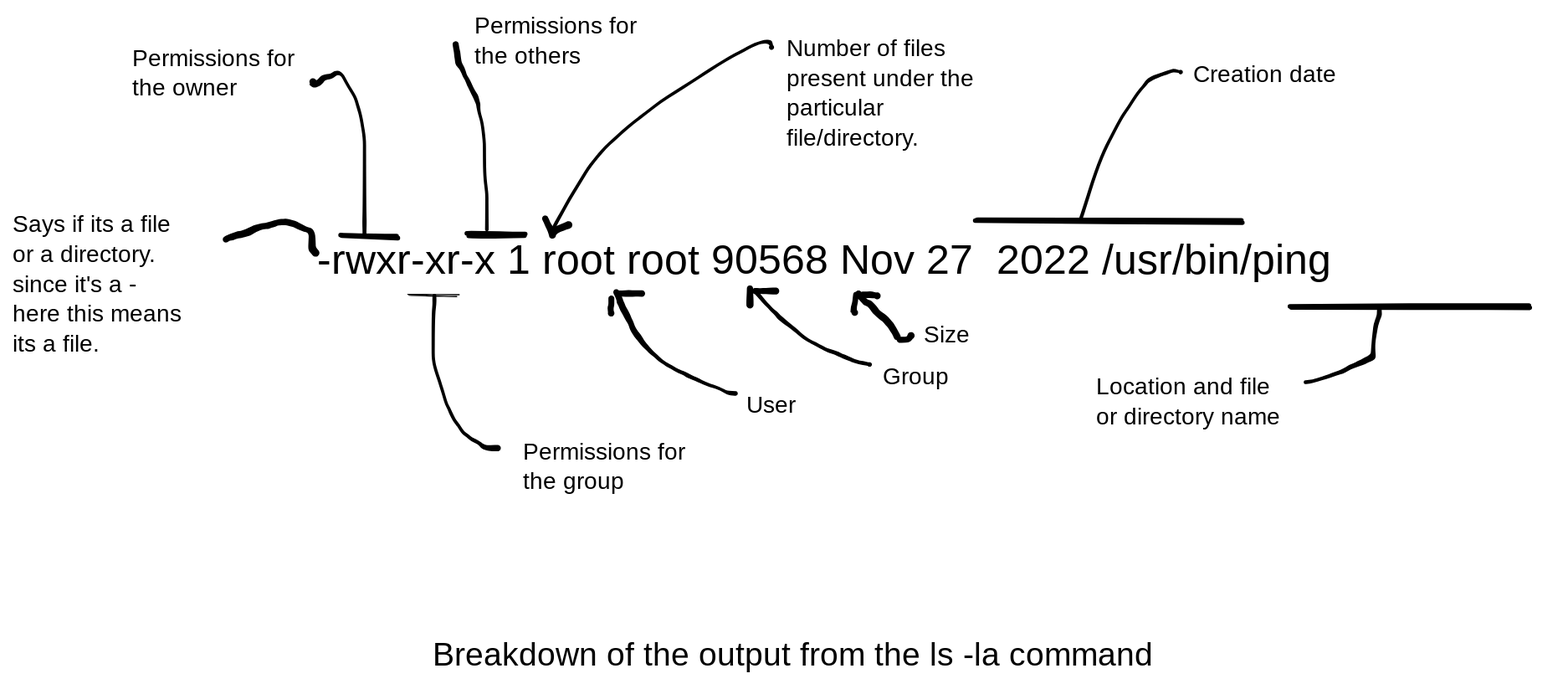
ArkaprabhaChakraborty/Notes-and-Repertoire keeps this Excalidraw diagram as .gitbook/assets/file.excalidraw (1).svg. Above is the earlier version. Source tidied: one line per element, renumbered; positions are measured from the earlier drawing's top-left corner, leaving out a move shared by most shapes.
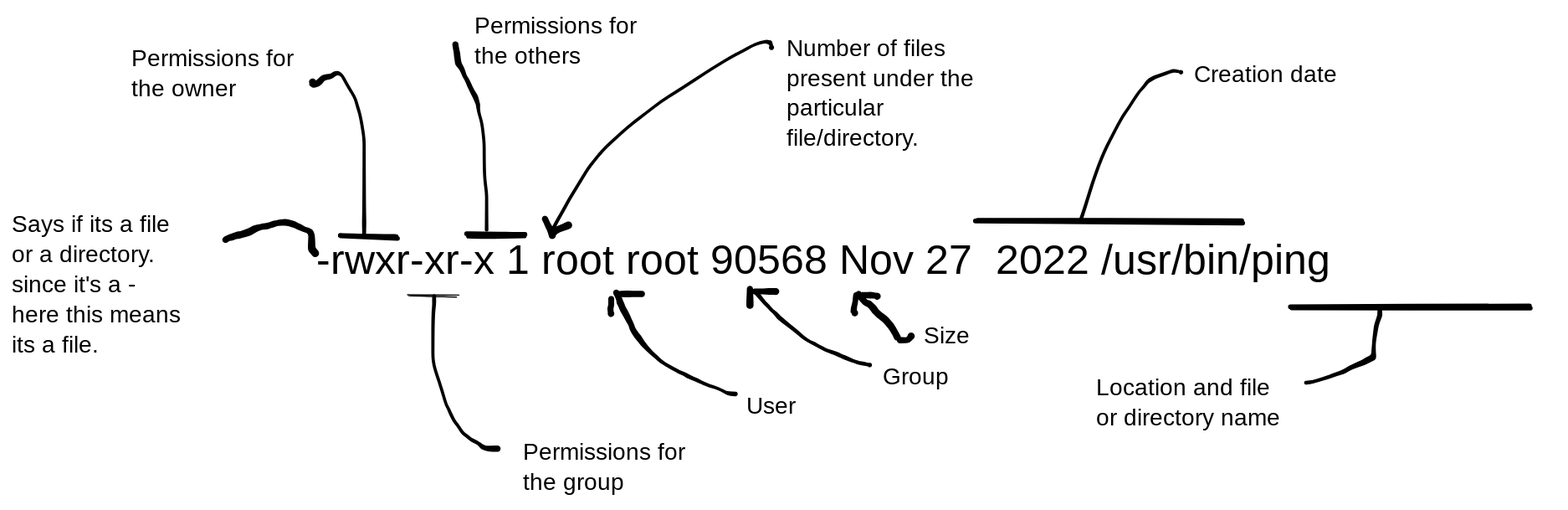
The same file after the commit.

Commit message:
GITBOOK-97: change request with no subject merged in GitBook

The edit, as a diff of the source:
```diff
@@ -32,4 +32,3 @@
 {"id": 31, "type": "line", "strokeColor": "#000000", "strokeWidth": 4, "roughness": 1, "round": true, "x": 1092, "y": 252, "width": 204, "height": 0, "points": [[0, 0], [204, 0]]}
 {"id": 32, "type": "freedraw", "strokeColor": "#000000", "strokeWidth": 1, "roughness": 1, "x": 1168, "y": 254, "width": 64, "height": 62, "points": [[0, 0], [0, 1], [0, 3], [0, 4], [0, 6], [-2, 9], [-4, 17], [-4, 22], [-5, 29], [-5, 32], [-5, 34], [-5, 37], [-5, 38], [-5, 39], [-5, 42], [-6, 42], [-7, 42], [-9, 42], [-10, 42], [-13, 44], [-16, 46], [-20, 47], [-25, 49], [-28, 50], [-31, 52], [-34, 54], [-41, 55], [-48, 59], [-52, 60], [-57, 61], [-60, 62], [-62, 62], [-63, 62], [-64, 62], [-63, 62], [-63, 62]]}
 {"id": 33, "type": "text", "text": "Location and file \nor directory name", "strokeColor": "#000000", "strokeWidth": 1, "roughness": 1, "fontSize": 20, "fontFamily": 1, "x": 926, "y": 308, "width": 178, "height": 51}
-{"id": 34, "type": "text", "text": "Breakdown of the output from the ls -la command", "strokeColor": "#000000", "strokeWidth": 1, "roughness": 1, "fontSize": 28, "fontFamily": 1, "x": 359, "y": 533, "width": 699, "height": 35}
```
